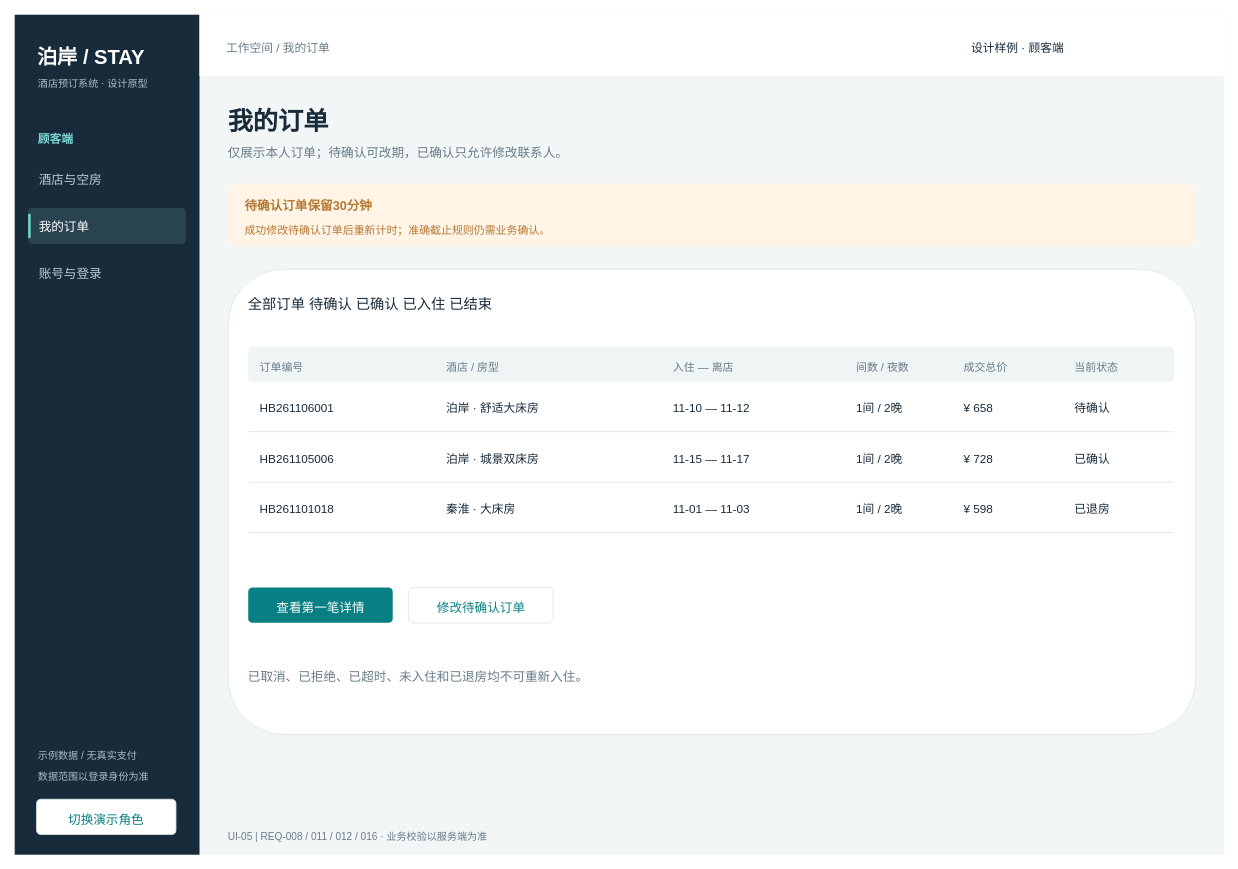
Above: page "UI-05 我的订单" (5 of 16) of 制作源文件/酒店预订UI.drawio in bear0327/software-engineering-lab (draw.io), before the change. Source tidied: cells renumbered, new cells numbered last; positions are measured from the earlier drawing's top-left corner, leaving out a move shared by most shapes. Both pictures are drawn from the tidied source at 84%, with x=0, y=0 at pixel (14, 14).
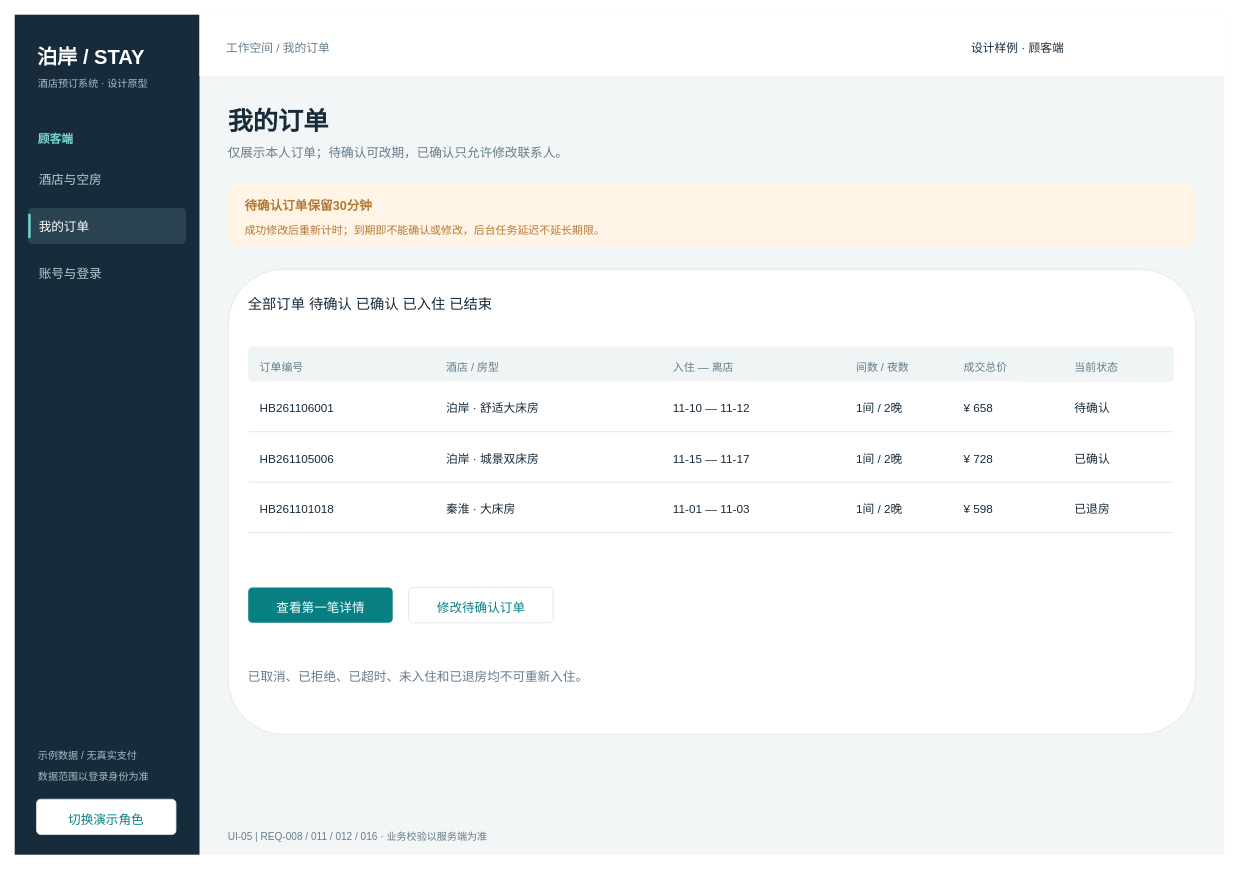
The same diagram, later.

Diff of the diagram source:
```diff
@@
-    <mxCell id="24" value="成功修改待确认订单后重新计时；准确截止规则仍需业务确认。" style="text;html=0;align=left;verticalAlign=top;whiteSpace=wrap;overflow=visible;strokeColor=none;fillColor=none;fontFamily=Microsoft YaHei;fontSize=13;fontColor=#B47835;fontStyle=0;spacing=0;" parent="1" vertex="1">
-      <mxGeometry x="274" y="244" width="369" height="19.5" as="geometry" />
+    <mxCell id="24" value="成功修改后重新计时；到期即不能确认或修改，后台任务延迟不延长期限。" style="text;html=0;align=left;verticalAlign=top;whiteSpace=wrap;overflow=visible;strokeColor=none;fillColor=none;fontFamily=Microsoft YaHei;fontSize=13;fontColor=#B47835;fontStyle=0;spacing=0;" parent="1" vertex="1">
+      <mxGeometry x="274" y="244" width="434" height="19.5" as="geometry" />
     </mxCell>
```
